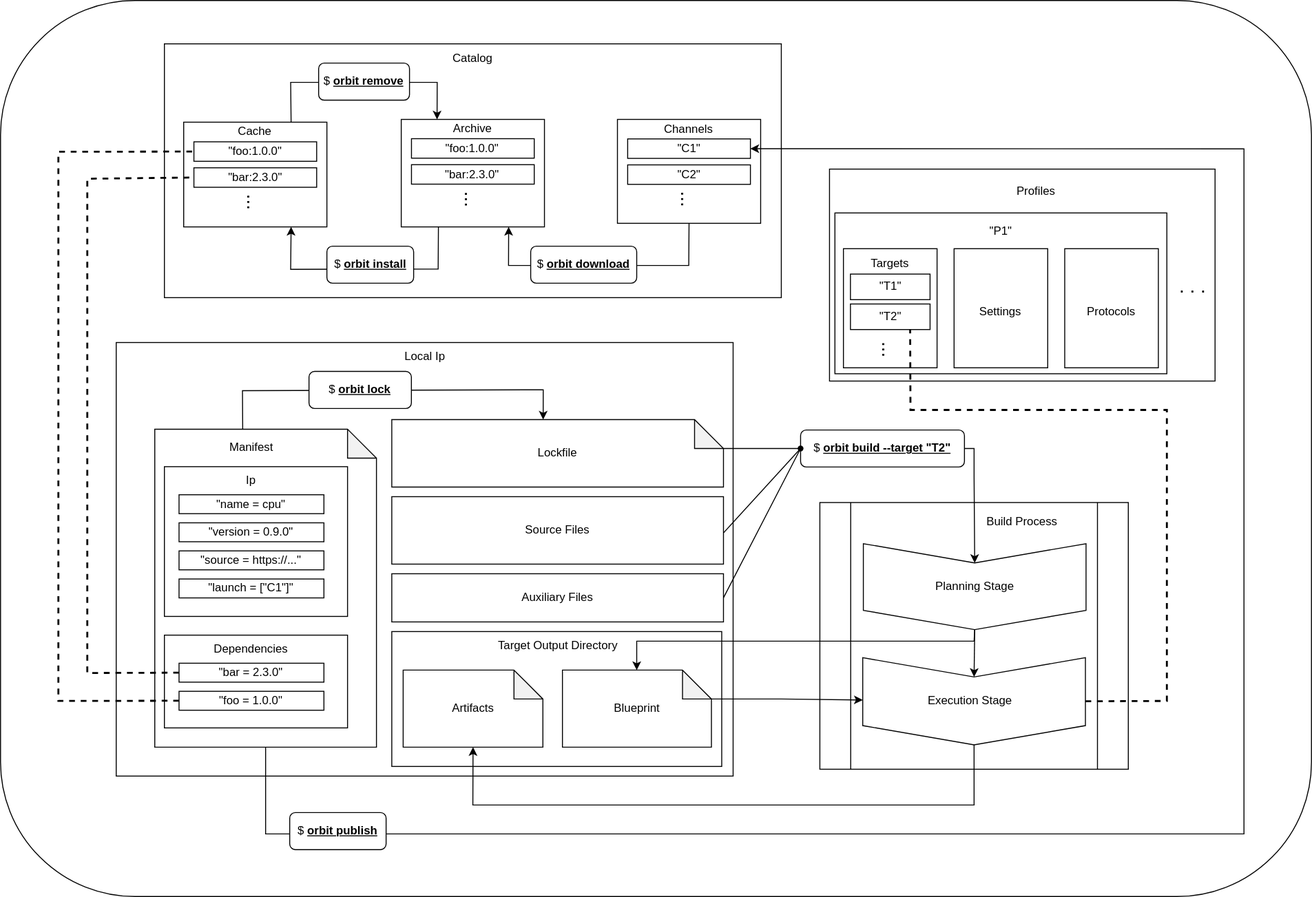
chaseruskin/orbit keeps this draw.io diagram as docs/src/images/architecture.svg. Above is the earlier version. Source tidied: cells renumbered, new cells last; positions are measured from the earlier drawing's top-left corner, leaving out a move shared by most shapes.
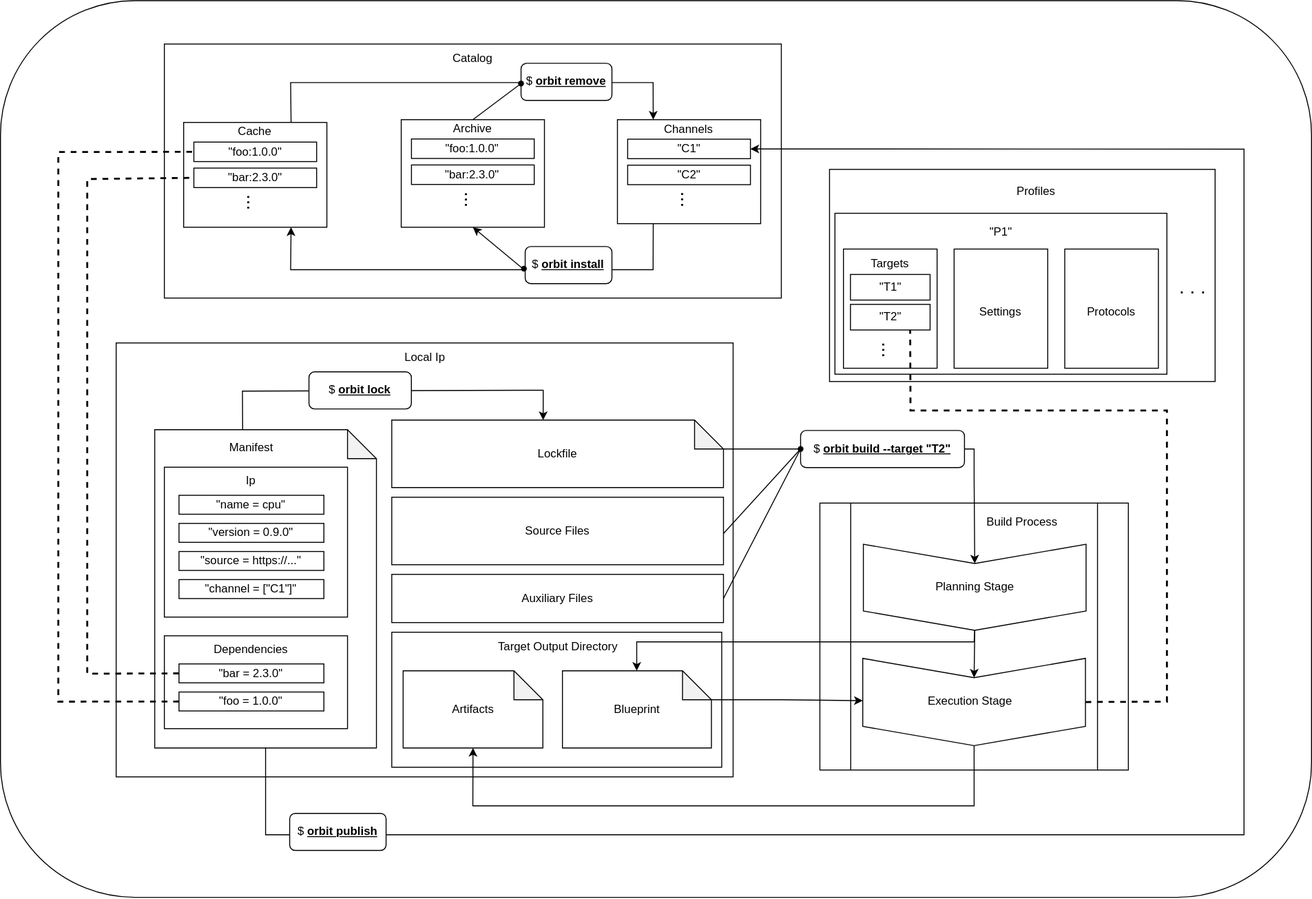
After the change.

The edit, as a diff of the source:
```diff
@@ -71,7 +71,7 @@
     <mxCell id="24" value="&quot;source = https://...&quot;" style="rounded=0;whiteSpace=wrap;html=1;" parent="13" vertex="1">
       <mxGeometry x="25.2" y="126.3" width="150.3" height="19.6" as="geometry" />
     </mxCell>
-    <mxCell id="25" value="&quot;launch = [&quot;C1&quot;]&quot;" style="rounded=0;whiteSpace=wrap;html=1;" parent="13" vertex="1">
+    <mxCell id="25" value="&quot;channel = [&quot;C1&quot;]&quot;" style="rounded=0;whiteSpace=wrap;html=1;" parent="13" vertex="1">
       <mxGeometry x="25.2" y="155.4" width="150.3" height="19.6" as="geometry" />
     </mxCell>
     <mxCell id="26" style="endArrow=classic;html=1;rounded=0;fontSize=12;exitX=0;exitY=0;exitDx=91.23000000000002;exitDy=0;exitPerimeter=0;entryX=0;entryY=0;entryDx=157.05;entryDy=0;entryPerimeter=0;" parent="4" edge="1" source="14" target="11">
@@ -94,17 +94,6 @@
     <mxCell id="30" style="rounded=0;whiteSpace=wrap;html=1;" parent="29" vertex="1">
       <mxGeometry x="-40" y="-40" width="640" height="263.4" as="geometry" />
     </mxCell>
-    <mxCell id="31" style="endArrow=classic;html=1;fontSize=12;exitX=0.5;exitY=1;exitDx=0;exitDy=0;entryX=0.75;entryY=1;entryDx=0;entryDy=0;rounded=0;" parent="29" edge="1" source="34" target="48">
-      <mxGeometry relative="1" as="geometry">
-        <Array as="points">
-          <mxPoint x="504" y="190" />
-          <mxPoint x="317" y="190" />
-        </Array>
-      </mxGeometry>
-    </mxCell>
-    <mxCell id="32" value="$ &lt;b&gt;&lt;u&gt;orbit download&lt;/u&gt;&lt;/b&gt;" style="rounded=1;whiteSpace=wrap;html=1;fontSize=12;" parent="29" vertex="1">
-      <mxGeometry x="340" y="170" width="110" height="38.5" as="geometry" />
-    </mxCell>
     <mxCell id="33" style="group;" parent="29" vertex="1">
       <mxGeometry x="430" y="38.5" width="148.6" height="113.1" as="geometry" />
     </mxCell>
@@ -123,17 +112,16 @@
     <mxCell id="38" value="&lt;font style=&quot;font-size: 20px;&quot;&gt;...&lt;/font&gt;" style="text;html=1;strokeColor=none;fillColor=none;align=center;verticalAlign=middle;whiteSpace=wrap;rounded=0;rotation=90;" parent="33" vertex="1">
       <mxGeometry x="59.9" y="72.9" width="28.8" height="20.2" as="geometry" />
     </mxCell>
-    <mxCell id="39" style="endArrow=classic;html=1;fontSize=12;exitX=0.5;exitY=1;exitDx=0;exitDy=0;entryX=0.75;entryY=1;entryDx=0;entryDy=0;rounded=0;" parent="29" edge="1" target="42">
+    <mxCell id="39" style="endArrow=classic;html=1;fontSize=12;exitX=0.25;exitY=1;exitDx=0;exitDy=0;entryX=0.75;entryY=1;entryDx=0;entryDy=0;rounded=0;" parent="29" edge="1" source="34" target="42">
       <mxGeometry relative="1" as="geometry">
-        <mxPoint x="244.3" y="150" as="sourcePoint" />
         <Array as="points">
-          <mxPoint x="244" y="193.7" />
+          <mxPoint x="467" y="194" />
           <mxPoint x="91" y="194" />
         </Array>
       </mxGeometry>
     </mxCell>
     <mxCell id="40" value="$ &lt;b&gt;&lt;u&gt;orbit install&lt;/u&gt;&lt;/b&gt;" style="rounded=1;whiteSpace=wrap;html=1;fontSize=12;" parent="29" vertex="1">
-      <mxGeometry x="128.6" y="170" width="90" height="38.5" as="geometry" />
+      <mxGeometry x="334.3" y="170" width="90" height="38.5" as="geometry" />
     </mxCell>
     <mxCell id="41" style="group;" parent="29" vertex="1">
       <mxGeometry x="-20" y="41.3" width="148.6" height="108.7" as="geometry" />
@@ -171,17 +159,34 @@
     <mxCell id="52" value="&lt;font style=&quot;font-size: 20px;&quot;&gt;...&lt;/font&gt;" style="text;html=1;strokeColor=none;fillColor=none;align=center;verticalAlign=middle;whiteSpace=wrap;rounded=0;rotation=90;" parent="47" vertex="1">
       <mxGeometry x="59.9" y="72.7" width="28.8" height="20.2" as="geometry" />
     </mxCell>
-    <mxCell id="53" style="endArrow=classic;html=1;fontSize=12;rounded=0;entryX=0.25;entryY=0;entryDx=0;entryDy=0;exitX=0.75;exitY=0;exitDx=0;exitDy=0;" parent="29" edge="1" source="42" target="48">
+    <mxCell id="53" style="endArrow=classic;html=1;fontSize=12;rounded=0;entryX=0.25;entryY=0;entryDx=0;entryDy=0;exitX=0.75;exitY=0;exitDx=0;exitDy=0;" parent="29" edge="1" source="42" target="34">
       <mxGeometry relative="1" as="geometry">
         <Array as="points">
           <mxPoint x="91" />
-          <mxPoint x="243" />
+          <mxPoint x="467" />
         </Array>
       </mxGeometry>
     </mxCell>
     <mxCell id="54" value="Catalog" style="text;html=1;strokeColor=none;fillColor=none;align=center;verticalAlign=middle;whiteSpace=wrap;rounded=0;" parent="29" vertex="1">
       <mxGeometry x="248.2" y="-40" width="63.7" height="31" as="geometry" />
     </mxCell>
+    <mxCell id="94" value="$ &lt;b&gt;&lt;u&gt;orbit remove&lt;/u&gt;&lt;/b&gt;" style="rounded=1;whiteSpace=wrap;html=1;fontSize=12;" parent="29" vertex="1">
+      <mxGeometry x="330" y="-20" width="94.3" height="38.5" as="geometry" />
+    </mxCell>
+    <mxCell id="95" style="endArrow=none;html=1;exitDx=0;exitDy=0;startArrow=none;" parent="29" edge="1" source="96">
+      <mxGeometry relative="1" as="geometry">
+        <mxPoint x="330" as="targetPoint" />
+      </mxGeometry>
+    </mxCell>
+    <mxCell id="96" style="shape=waypoint;sketch=0;size=6;points=[];fillColor=none;perimeter=centerPerimeter;snapToPoint=1;" parent="29" vertex="1">
+      <mxGeometry x="320" y="-9" width="20" height="20" as="geometry" />
+    </mxCell>
+    <mxCell id="97" style="endArrow=none;html=1;exitX=0.5;exitY=0;exitDx=0;exitDy=0;" parent="29" edge="1" source="48" target="96">
+      <mxGeometry relative="1" as="geometry" />
+    </mxCell>
+    <mxCell id="98" style="endArrow=classic;html=1;exitX=0.645;exitY=1.008;exitDx=0;exitDy=0;entryX=0.5;entryY=1;entryDx=0;entryDy=0;exitPerimeter=0;strokeColor=default;startArrow=none;startFill=0;endFill=1;" parent="29" edge="1" source="39" target="48">
+      <mxGeometry relative="1" as="geometry" />
+    </mxCell>
     <mxCell id="55" style="group;" parent="1" vertex="1">
       <mxGeometry x="860" y="175" width="400" height="220" as="geometry" />
     </mxCell>
@@ -351,8 +356,8 @@
         </Array>
       </mxGeometry>
     </mxCell>
-    <mxCell id="94" value="$ &lt;b&gt;&lt;u&gt;orbit remove&lt;/u&gt;&lt;/b&gt;" style="rounded=1;whiteSpace=wrap;html=1;fontSize=12;" parent="1" vertex="1">
-      <mxGeometry x="330" y="65" width="94.3" height="38.5" as="geometry" />
-    </mxCell>
+    <mxCell id="99" style="shape=waypoint;sketch=0;size=6;fillColor=none;perimeter=centerPerimeter;" parent="1" vertex="1">
+      <mxGeometry x="533" y="268" width="20" height="20" as="geometry" />
+    </mxCell>
   </root>
 </mxGraphModel>
```
